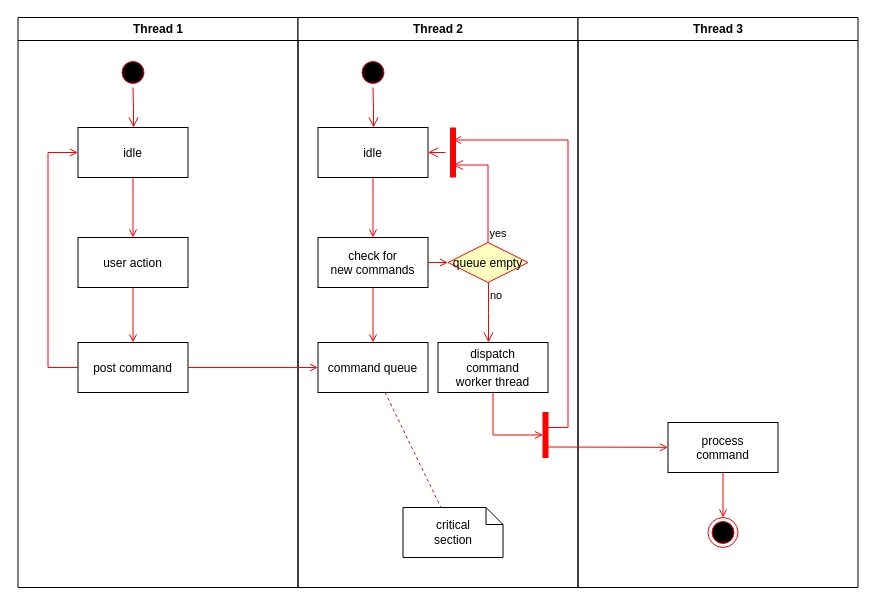
The draw.io diagram 未命名绘图.drawio in eleven7/diagrams, before the edit. Source tidied: cells renumbered, new cells numbered last; positions are measured from the earlier drawing's top-left corner, leaving out a move shared by most shapes. Both pictures are drawn from the tidied source at 100%, with x=0, y=0 at pixel (17, 17).
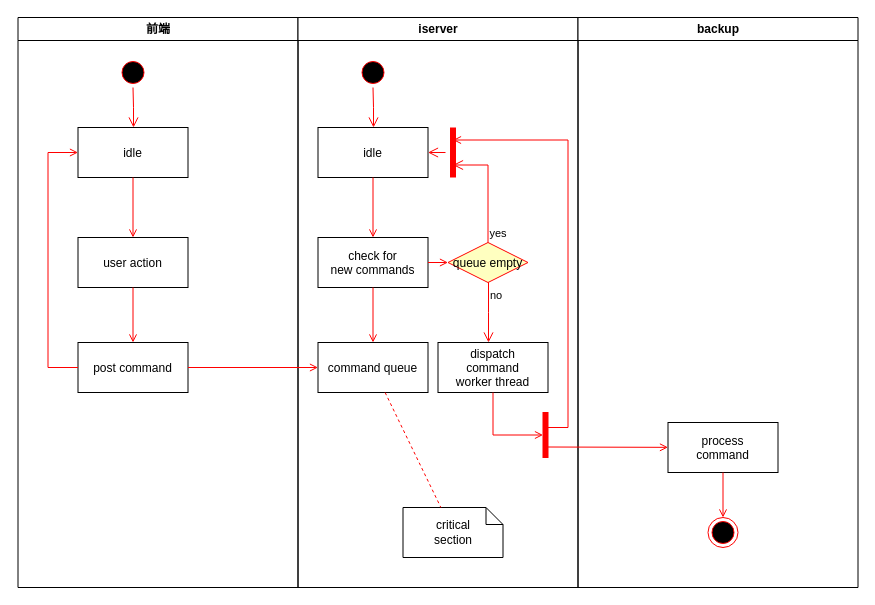
The same diagram, later.

Change to the diagram source:
```diff
@@
-    <mxCell id="2" value="Thread 1" style="swimlane;whiteSpace=wrap;" parent="1" vertex="1">
+    <mxCell id="2" value="前端" style="swimlane;whiteSpace=wrap;" parent="1" vertex="1">
       <mxGeometry x="0.5" width="280" height="570" as="geometry" />
     </mxCell>
@@
-    <mxCell id="11" value="Thread 2" style="swimlane;whiteSpace=wrap;" parent="1" vertex="1">
+    <mxCell id="11" value="iserver" style="swimlane;whiteSpace=wrap;startSize=23;" parent="1" vertex="1">
       <mxGeometry x="280.5" width="280" height="570" as="geometry" />
     </mxCell>
@@
-    <mxCell id="30" value="Thread 3" style="swimlane;whiteSpace=wrap;" parent="1" vertex="1">
+    <mxCell id="30" value="backup" style="swimlane;whiteSpace=wrap;" parent="1" vertex="1">
       <mxGeometry x="560.5" width="280" height="570" as="geometry" />
     </mxCell>
```
